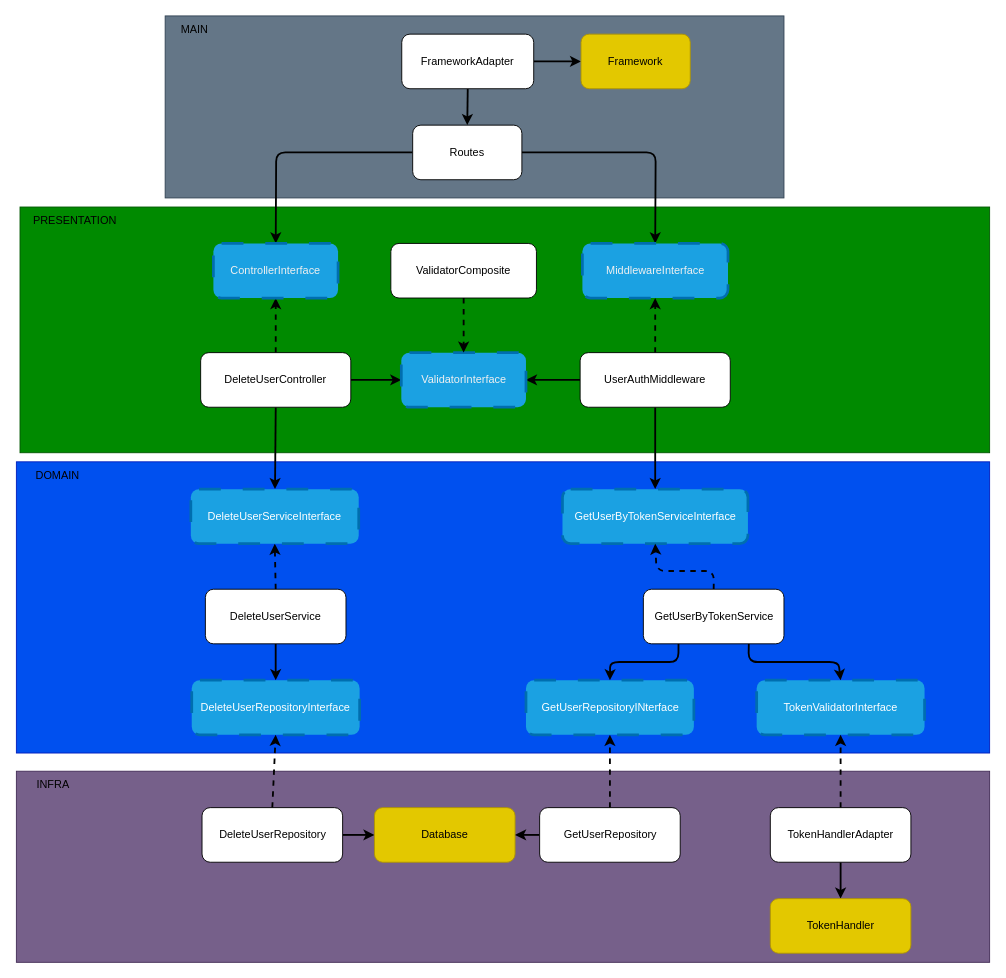
DouglasVolcato/node-tdd-clean-architecture keeps this draw.io diagram as diagrams/delete-user.drawio. Above is the earlier version. Source tidied: cells renumbered, new cells numbered last; positions are measured from the earlier drawing's top-left corner, leaving out a move shared by most shapes. Both pictures are drawn from the tidied source at 91%, with x=0, y=0 at pixel (15, 15).
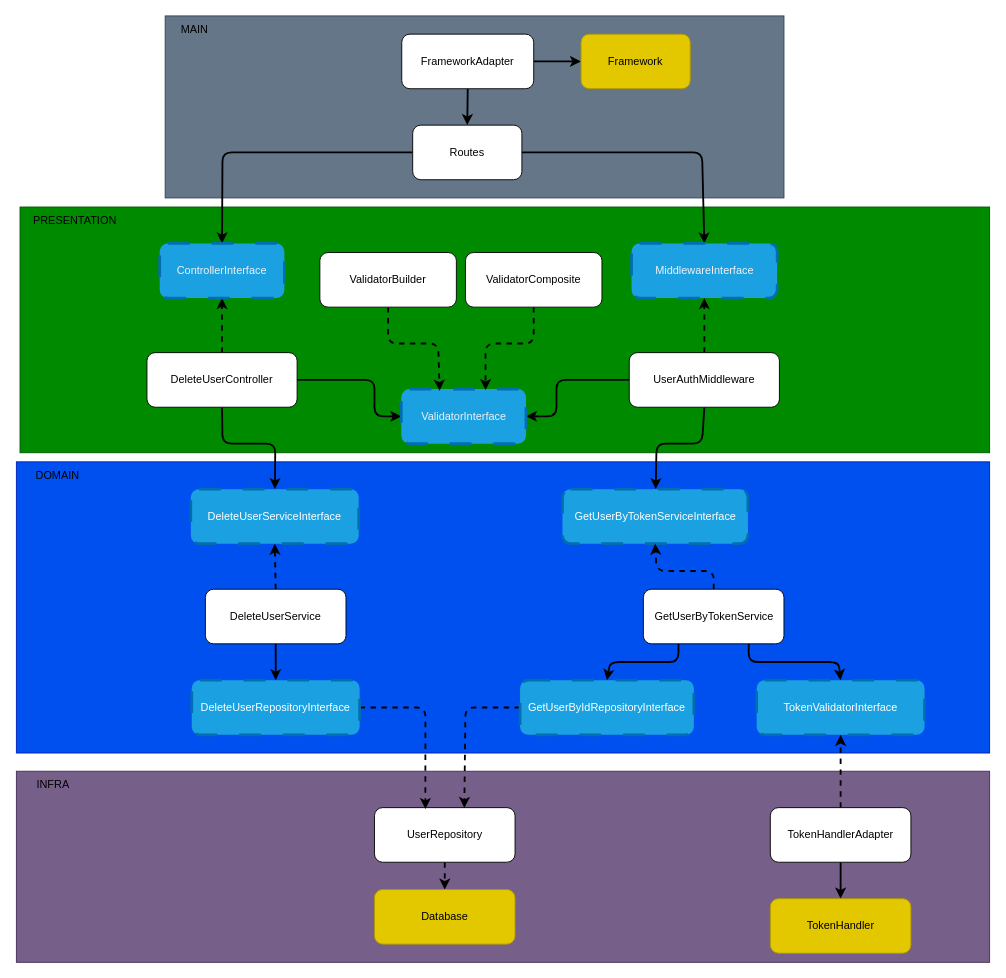
Above is the later version.

The change refers to these unchanged cells:
```xml
<mxCell id="11" value="Routes" style="rounded=1;whiteSpace=wrap;html=1;" parent="1" vertex="1">
  <mxGeometry x="436" y="120" width="120" height="60" as="geometry" />
</mxCell>
<mxCell id="27" value="DeleteUserRepositoryInterface" style="rounded=1;whiteSpace=wrap;html=1;dashed=1;dashPattern=8 8;strokeWidth=3;fillColor=#1ba1e2;fontColor=#ffffff;strokeColor=#006EAF;" parent="1" vertex="1">
  <mxGeometry x="193.2" y="730" width="184.5" height="60" as="geometry" />
</mxCell>
<mxCell id="28" value="DeleteUserServiceInterface" style="rounded=1;whiteSpace=wrap;html=1;dashed=1;dashPattern=8 8;strokeWidth=3;fillColor=#1ba1e2;fontColor=#ffffff;strokeColor=#006EAF;" parent="1" vertex="1">
  <mxGeometry x="192.2" y="520" width="184.5" height="60" as="geometry" />
</mxCell>
<mxCell id="39" value="GetUserByTokenServiceInterface" style="rounded=1;whiteSpace=wrap;html=1;dashed=1;dashPattern=8 8;strokeWidth=3;fillColor=#1ba1e2;fontColor=#ffffff;strokeColor=#006EAF;" parent="1" vertex="1">
  <mxGeometry x="600.6" y="520" width="203.8" height="60" as="geometry" />
</mxCell>
```

Diff of the diagram source:
```diff
@@
     <mxCell id="9" style="edgeStyle=none;html=1;exitX=0;exitY=0.5;exitDx=0;exitDy=0;entryX=0.5;entryY=0;entryDx=0;entryDy=0;strokeWidth=2;" parent="1" edge="1" source="11" target="29">
       <mxGeometry relative="1" as="geometry">
         <Array as="points">
-          <mxPoint x="286" y="150" />
+          <mxPoint x="227" y="150" />
         </Array>
       </mxGeometry>
     </mxCell>
     <mxCell id="10" style="edgeStyle=none;html=1;exitX=1;exitY=0.5;exitDx=0;exitDy=0;entryX=0.5;entryY=0;entryDx=0;entryDy=0;strokeWidth=2;" parent="1" edge="1" source="11" target="31">
       <mxGeometry relative="1" as="geometry">
         <Array as="points">
-          <mxPoint x="703" y="150" />
+          <mxPoint x="754" y="150" />
         </Array>
       </mxGeometry>
     </mxCell>
@@
     <mxCell id="12" style="edgeStyle=none;html=1;exitX=0.5;exitY=1;exitDx=0;exitDy=0;strokeWidth=2;" parent="1" edge="1" source="15" target="28">
-      <mxGeometry relative="1" as="geometry" />
+      <mxGeometry relative="1" as="geometry">
+        <Array as="points">
+          <mxPoint x="227" y="470" />
+          <mxPoint x="285" y="470" />
+        </Array>
+      </mxGeometry>
     </mxCell>
@@
     <mxCell id="14" style="edgeStyle=none;html=1;exitX=1;exitY=0.5;exitDx=0;exitDy=0;entryX=0;entryY=0.5;entryDx=0;entryDy=0;strokeWidth=2;" parent="1" edge="1" source="15" target="36">
-      <mxGeometry relative="1" as="geometry" />
+      <mxGeometry relative="1" as="geometry">
+        <Array as="points">
+          <mxPoint x="394" y="400" />
+          <mxPoint x="394" y="440" />
+        </Array>
+      </mxGeometry>
     </mxCell>
     <mxCell id="15" value="DeleteUserController" style="rounded=1;whiteSpace=wrap;html=1;" parent="1" vertex="1">
-      <mxGeometry x="203" y="370" width="165" height="60" as="geometry" />
+      <mxGeometry x="144" y="370" width="165" height="60" as="geometry" />
     </mxCell>
@@
-    <mxCell id="19" style="edgeStyle=none;html=1;exitX=0.5;exitY=0;exitDx=0;exitDy=0;entryX=0.5;entryY=1;entryDx=0;entryDy=0;dashed=1;strokeWidth=2;" parent="1" edge="1" source="21" target="27">
-      <mxGeometry relative="1" as="geometry" />
-    </mxCell>
-    <mxCell id="20" style="edgeStyle=none;html=1;exitX=1;exitY=0.5;exitDx=0;exitDy=0;entryX=0;entryY=0.5;entryDx=0;entryDy=0;strokeWidth=2;" parent="1" edge="1" source="21" target="22">
+    <mxCell id="20" style="edgeStyle=none;html=1;exitX=0.5;exitY=1;exitDx=0;exitDy=0;dashed=1;strokeWidth=2;" parent="1" edge="1" source="21" target="22">
       <mxGeometry relative="1" as="geometry" />
     </mxCell>
-    <mxCell id="21" value="DeleteUserRepository" style="rounded=1;whiteSpace=wrap;html=1;" parent="1" vertex="1">
-      <mxGeometry x="204.5" y="870" width="154.5" height="60" as="geometry" />
+    <mxCell id="21" value="UserRepository" style="rounded=1;whiteSpace=wrap;html=1;" parent="1" vertex="1">
+      <mxGeometry x="394" y="870" width="154.5" height="60" as="geometry" />
     </mxCell>
     <mxCell id="22" value="Database" style="rounded=1;whiteSpace=wrap;html=1;fillColor=#e3c800;fontColor=#000000;strokeColor=#B09500;" parent="1" vertex="1">
-      <mxGeometry x="394" y="870" width="154.5" height="60" as="geometry" />
+      <mxGeometry x="394" y="960" width="154.5" height="60" as="geometry" />
     </mxCell>
@@
+    <mxCell id="53" style="edgeStyle=none;html=1;exitX=1;exitY=0.5;exitDx=0;exitDy=0;entryX=0.362;entryY=0.025;entryDx=0;entryDy=0;entryPerimeter=0;dashed=1;strokeWidth=2;" parent="1" edge="1" source="27" target="21">
+      <mxGeometry relative="1" as="geometry">
+        <Array as="points">
+          <mxPoint x="450" y="760" />
+        </Array>
+      </mxGeometry>
+    </mxCell>
@@
     <mxCell id="29" value="&lt;span style=&quot;color: rgb(240, 240, 240);&quot;&gt;ControllerInterface&lt;/span&gt;" style="rounded=1;whiteSpace=wrap;html=1;dashed=1;dashPattern=8 8;strokeWidth=3;fillColor=#1ba1e2;fontColor=#ffffff;strokeColor=#006EAF;" parent="1" vertex="1">
-      <mxGeometry x="217" y="250" width="137" height="60" as="geometry" />
+      <mxGeometry x="158" y="250" width="137" height="60" as="geometry" />
     </mxCell>
@@
     <mxCell id="31" value="&lt;span style=&quot;color: rgb(240, 240, 240);&quot;&gt;MiddlewareInterface&lt;/span&gt;" style="rounded=1;whiteSpace=wrap;html=1;dashed=1;dashPattern=8 8;strokeWidth=3;fillColor=#1ba1e2;fontColor=#ffffff;strokeColor=#006EAF;" parent="1" vertex="1">
-      <mxGeometry x="622.5" y="250" width="160" height="60" as="geometry" />
+      <mxGeometry x="676.5" y="250" width="160" height="60" as="geometry" />
     </mxCell>
@@
     <mxCell id="33" style="edgeStyle=none;html=1;exitX=0;exitY=0.5;exitDx=0;exitDy=0;entryX=1;entryY=0.5;entryDx=0;entryDy=0;strokeWidth=2;" parent="1" edge="1" source="35" target="36">
-      <mxGeometry relative="1" as="geometry" />
+      <mxGeometry relative="1" as="geometry">
+        <Array as="points">
+          <mxPoint x="594" y="400" />
+          <mxPoint x="594" y="440" />
+        </Array>
+      </mxGeometry>
     </mxCell>
     <mxCell id="34" style="edgeStyle=none;html=1;exitX=0.5;exitY=1;exitDx=0;exitDy=0;strokeWidth=2;" parent="1" edge="1" source="35" target="39">
-      <mxGeometry relative="1" as="geometry" />
+      <mxGeometry relative="1" as="geometry">
+        <Array as="points">
+          <mxPoint x="754" y="470" />
+          <mxPoint x="704" y="470" />
+        </Array>
+      </mxGeometry>
     </mxCell>
     <mxCell id="35" value="UserAuthMiddleware" style="rounded=1;whiteSpace=wrap;html=1;" parent="1" vertex="1">
-      <mxGeometry x="620" y="370" width="165" height="60" as="geometry" />
+      <mxGeometry x="674" y="370" width="165" height="60" as="geometry" />
     </mxCell>
     <mxCell id="36" value="&lt;span style=&quot;color: rgb(240, 240, 240);&quot;&gt;ValidatorInterface&lt;/span&gt;" style="rounded=1;whiteSpace=wrap;html=1;dashed=1;dashPattern=8 8;strokeWidth=3;fillColor=#1ba1e2;fontColor=#ffffff;strokeColor=#006EAF;" parent="1" vertex="1">
-      <mxGeometry x="423.5" y="370" width="137" height="60" as="geometry" />
+      <mxGeometry x="423.5" y="410" width="137" height="60" as="geometry" />
     </mxCell>
-    <mxCell id="37" style="edgeStyle=none;html=1;exitX=0.5;exitY=1;exitDx=0;exitDy=0;entryX=0.5;entryY=0;entryDx=0;entryDy=0;strokeWidth=2;dashed=1;" parent="1" edge="1" source="38" target="36">
-      <mxGeometry relative="1" as="geometry" />
-    </mxCell>
-    <mxCell id="38" value="ValidatorComposite" style="rounded=1;whiteSpace=wrap;html=1;" parent="1" vertex="1">
-      <mxGeometry x="412" y="250" width="160" height="60" as="geometry" />
-    </mxCell>
@@
-    <mxCell id="44" style="edgeStyle=none;html=1;exitX=0.5;exitY=0;exitDx=0;exitDy=0;entryX=0.5;entryY=1;entryDx=0;entryDy=0;dashed=1;strokeWidth=2;" parent="1" edge="1" source="46" target="48">
-      <mxGeometry relative="1" as="geometry" />
-    </mxCell>
-    <mxCell id="45" style="edgeStyle=none;html=1;exitX=0;exitY=0.5;exitDx=0;exitDy=0;entryX=1;entryY=0.5;entryDx=0;entryDy=0;strokeWidth=2;" parent="1" edge="1" source="46" target="22">
-      <mxGeometry relative="1" as="geometry" />
-    </mxCell>
-    <mxCell id="46" value="GetUserRepository" style="rounded=1;whiteSpace=wrap;html=1;" parent="1" vertex="1">
-      <mxGeometry x="575.5" y="870" width="154.5" height="60" as="geometry" />
-    </mxCell>
@@
+    <mxCell id="54" style="edgeStyle=none;html=1;exitX=0;exitY=0.5;exitDx=0;exitDy=0;entryX=0.639;entryY=0.007;entryDx=0;entryDy=0;entryPerimeter=0;dashed=1;strokeWidth=2;" parent="1" edge="1" source="48" target="21">
+      <mxGeometry relative="1" as="geometry">
+        <Array as="points">
+          <mxPoint x="494" y="760" />
+        </Array>
+      </mxGeometry>
+    </mxCell>
-    <mxCell id="48" value="GetUserRepositoryINterface" style="rounded=1;whiteSpace=wrap;html=1;dashed=1;dashPattern=8 8;strokeWidth=3;fillColor=#1ba1e2;fontColor=#ffffff;strokeColor=#006EAF;" parent="1" vertex="1">
-      <mxGeometry x="560.5" y="730" width="184.5" height="60" as="geometry" />
+    <mxCell id="48" value="GetUserByIdRepositoryInterface" style="rounded=1;whiteSpace=wrap;html=1;dashed=1;dashPattern=8 8;strokeWidth=3;fillColor=#1ba1e2;fontColor=#ffffff;strokeColor=#006EAF;" parent="1" vertex="1">
+      <mxGeometry x="554" y="730" width="191" height="60" as="geometry" />
     </mxCell>
@@
+    <mxCell id="37" style="edgeStyle=none;html=1;exitX=0.5;exitY=1;exitDx=0;exitDy=0;dashed=1;strokeWidth=2;entryX=0.676;entryY=0.02;entryDx=0;entryDy=0;entryPerimeter=0;" parent="1" edge="1" source="38" target="36">
+      <mxGeometry relative="1" as="geometry">
+        <Array as="points">
+          <mxPoint x="569" y="360" />
+          <mxPoint x="516" y="360" />
+        </Array>
+      </mxGeometry>
+    </mxCell>
+    <mxCell id="38" value="ValidatorComposite" style="rounded=1;whiteSpace=wrap;html=1;" parent="1" vertex="1">
+      <mxGeometry x="494" y="260" width="150" height="60" as="geometry" />
+    </mxCell>
+    <mxCell id="55" style="edgeStyle=none;html=1;exitX=0.5;exitY=1;exitDx=0;exitDy=0;entryX=0.307;entryY=0.03;entryDx=0;entryDy=0;entryPerimeter=0;dashed=1;strokeWidth=2;" parent="1" edge="1" source="56" target="36">
+      <mxGeometry relative="1" as="geometry">
+        <Array as="points">
+          <mxPoint x="409" y="360" />
+          <mxPoint x="464" y="360" />
+        </Array>
+      </mxGeometry>
+    </mxCell>
+    <mxCell id="56" value="ValidatorBuilder" style="rounded=1;whiteSpace=wrap;html=1;" parent="1" vertex="1">
+      <mxGeometry x="334" y="260" width="150" height="60" as="geometry" />
+    </mxCell>
```
